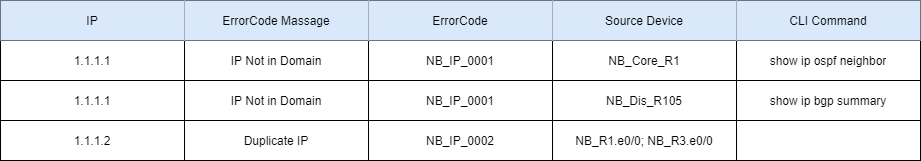
Before: Platform Certification Guidance/images/report sample.png, a diagram exported from draw.io (PlatformCertification/Certification-IEv10.0). Source tidied: cells renumbered, new cells last; positions are measured from the earlier drawing's top-left corner, leaving out a move shared by most shapes.
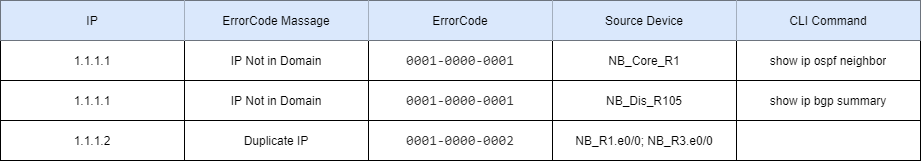
Later version of the same file.

The edit, as a diff of the source:
```diff
@@ -32,7 +32,7 @@
     <mxCell id="11" value="IP Not in Domain" style="shape=partialRectangle;html=1;whiteSpace=wrap;overflow=hidden;fillColor=none;top=0;left=0;bottom=0;right=0;" parent="9" vertex="1">
       <mxGeometry x="184" width="184" height="40" as="geometry" />
     </mxCell>
-    <mxCell id="12" value="NB_IP_0001" style="shape=partialRectangle;html=1;whiteSpace=wrap;overflow=hidden;fillColor=none;top=0;left=0;bottom=0;right=0;" parent="9" vertex="1">
+    <mxCell id="12" value="&lt;div style=&quot;color: rgb(51 , 51 , 51) ; font-family: &amp;#34;consolas&amp;#34; , &amp;#34;courier new&amp;#34; , monospace ; font-size: 14px ; line-height: 19px&quot;&gt;&lt;span style=&quot;background-color: rgb(255 , 255 , 255)&quot;&gt;0001-0000-0001&lt;/span&gt;&lt;/div&gt;" style="shape=partialRectangle;html=1;whiteSpace=wrap;overflow=hidden;fillColor=none;top=0;left=0;bottom=0;right=0;" parent="9" vertex="1">
       <mxGeometry x="368" width="184" height="40" as="geometry" />
     </mxCell>
     <mxCell id="13" value="NB_Core_R1" style="shape=partialRectangle;html=1;whiteSpace=wrap;overflow=hidden;fillColor=none;top=0;left=0;bottom=0;right=0;" parent="9" vertex="1">
@@ -83,10 +83,10 @@
     <mxCell id="28" value="IP Not in Domain" style="shape=partialRectangle;html=1;whiteSpace=wrap;overflow=hidden;fillColor=none;top=0;left=0;bottom=0;right=0;" parent="1" vertex="1">
       <mxGeometry x="184" y="80" width="184" height="40" as="geometry" />
     </mxCell>
-    <mxCell id="29" value="NB_IP_0001" style="shape=partialRectangle;html=1;whiteSpace=wrap;overflow=hidden;fillColor=none;top=0;left=0;bottom=0;right=0;" parent="1" vertex="1">
+    <mxCell id="29" value="&lt;div style=&quot;color: rgb(51 , 51 , 51) ; font-family: &amp;#34;consolas&amp;#34; , &amp;#34;courier new&amp;#34; , monospace ; font-size: 14px ; line-height: 19px&quot;&gt;&lt;span style=&quot;background-color: rgb(255 , 255 , 255)&quot;&gt;0001-0000-0001&lt;/span&gt;&lt;/div&gt;" style="shape=partialRectangle;html=1;whiteSpace=wrap;overflow=hidden;fillColor=none;top=0;left=0;bottom=0;right=0;" parent="1" vertex="1">
       <mxGeometry x="368" y="80" width="184" height="40" as="geometry" />
     </mxCell>
-    <mxCell id="30" value="NB_IP_0002" style="shape=partialRectangle;html=1;whiteSpace=wrap;overflow=hidden;fillColor=none;top=0;left=0;bottom=0;right=0;" parent="1" vertex="1">
+    <mxCell id="30" value="&lt;div style=&quot;color: rgb(51 , 51 , 51) ; font-family: &amp;#34;consolas&amp;#34; , &amp;#34;courier new&amp;#34; , monospace ; font-size: 14px ; line-height: 19px&quot;&gt;&lt;span style=&quot;background-color: rgb(255 , 255 , 255)&quot;&gt;0001-0000-0002&lt;/span&gt;&lt;/div&gt;" style="shape=partialRectangle;html=1;whiteSpace=wrap;overflow=hidden;fillColor=none;top=0;left=0;bottom=0;right=0;" parent="1" vertex="1">
       <mxGeometry x="368" y="120" width="184" height="40" as="geometry" />
     </mxCell>
   </root>
```
